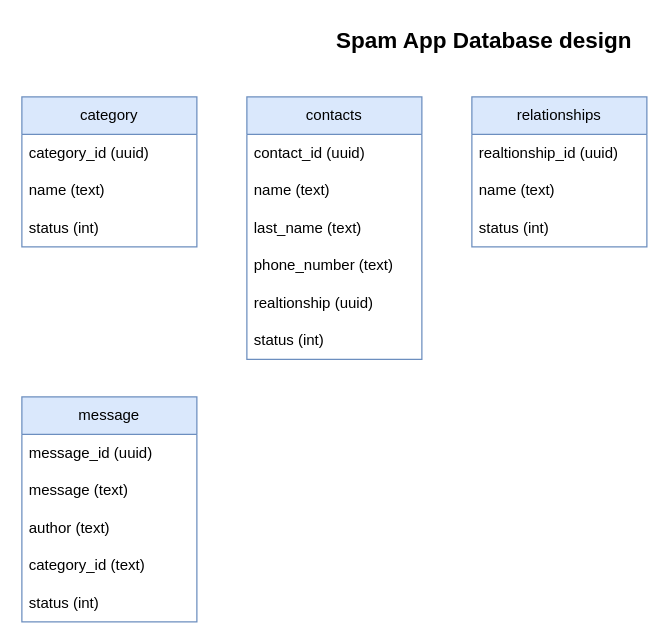
CarlosMayo1/spam-app keeps this draw.io diagram as spam-app.drawio. Above is the earlier version. Source tidied: cells renumbered, new cells numbered last; positions are measured from the earlier drawing's top-left corner, leaving out a move shared by most shapes. Both pictures are drawn from the tidied source at 125%, with x=0, y=0 at pixel (21, 21).
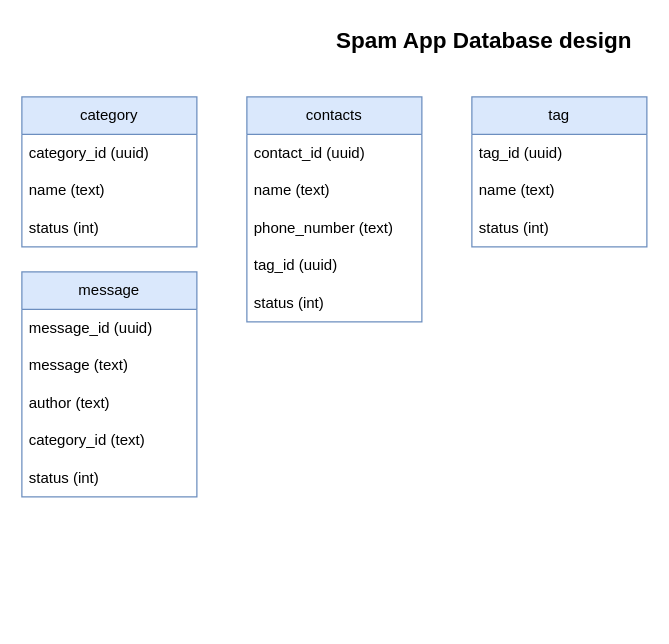
Above is the later version.

The edit, as a diff of the source:
```diff
@@
     <mxCell id="7" value="contacts" style="swimlane;fontStyle=0;horizontal=1;startSize=30;whiteSpace=wrap;html=1;fillColor=#dae8fc;strokeColor=#6c8ebf;" parent="1" vertex="1">
-      <mxGeometry x="180" y="60" width="140" height="210" as="geometry" />
+      <mxGeometry x="180" y="60" width="140" height="180" as="geometry" />
     </mxCell>
@@
-    <mxCell id="10" value="last_name (text)" style="text;strokeColor=none;fillColor=none;align=left;verticalAlign=middle;spacingLeft=4;spacingRight=4;overflow=hidden;whiteSpace=wrap;html=1;" parent="7" vertex="1">
-      <mxGeometry y="90" width="140" height="30" as="geometry" />
-    </mxCell>
     <mxCell id="11" value="phone_number (text)" style="text;strokeColor=none;fillColor=none;align=left;verticalAlign=middle;spacingLeft=4;spacingRight=4;overflow=hidden;whiteSpace=wrap;html=1;" parent="7" vertex="1">
-      <mxGeometry y="120" width="140" height="30" as="geometry" />
+      <mxGeometry y="90" width="140" height="30" as="geometry" />
     </mxCell>
-    <mxCell id="12" value="realtionship (uuid)" style="text;strokeColor=none;fillColor=none;align=left;verticalAlign=middle;spacingLeft=4;spacingRight=4;overflow=hidden;whiteSpace=wrap;html=1;" parent="7" vertex="1">
-      <mxGeometry y="150" width="140" height="30" as="geometry" />
+    <mxCell id="12" value="tag_id (uuid)" style="text;strokeColor=none;fillColor=none;align=left;verticalAlign=middle;spacingLeft=4;spacingRight=4;overflow=hidden;whiteSpace=wrap;html=1;" parent="7" vertex="1">
+      <mxGeometry y="120" width="140" height="30" as="geometry" />
     </mxCell>
     <mxCell id="13" value="status (int)" style="text;strokeColor=none;fillColor=none;align=left;verticalAlign=middle;spacingLeft=4;spacingRight=4;overflow=hidden;whiteSpace=wrap;html=1;" parent="7" vertex="1">
-      <mxGeometry y="180" width="140" height="30" as="geometry" />
+      <mxGeometry y="150" width="140" height="30" as="geometry" />
     </mxCell>
-    <mxCell id="14" value="relationships" style="swimlane;fontStyle=0;horizontal=1;startSize=30;whiteSpace=wrap;html=1;fillColor=#dae8fc;strokeColor=#6c8ebf;" parent="1" vertex="1">
+    <mxCell id="14" value="tag" style="swimlane;fontStyle=0;horizontal=1;startSize=30;whiteSpace=wrap;html=1;fillColor=#dae8fc;strokeColor=#6c8ebf;" parent="1" vertex="1">
       <mxGeometry x="360" y="60" width="140" height="120" as="geometry" />
     </mxCell>
-    <mxCell id="15" value="realtionship_id (uuid)" style="text;strokeColor=none;fillColor=none;align=left;verticalAlign=middle;spacingLeft=4;spacingRight=4;overflow=hidden;whiteSpace=wrap;html=1;" parent="14" vertex="1">
+    <mxCell id="15" value="tag_id (uuid)" style="text;strokeColor=none;fillColor=none;align=left;verticalAlign=middle;spacingLeft=4;spacingRight=4;overflow=hidden;whiteSpace=wrap;html=1;" parent="14" vertex="1">
       <mxGeometry y="30" width="140" height="30" as="geometry" />
     </mxCell>
@@
     <mxCell id="18" value="message" style="swimlane;fontStyle=0;horizontal=1;startSize=30;whiteSpace=wrap;html=1;fillColor=#dae8fc;strokeColor=#6c8ebf;" parent="1" vertex="1">
-      <mxGeometry y="300" width="140" height="180" as="geometry" />
+      <mxGeometry y="200" width="140" height="180" as="geometry" />
     </mxCell>
```
